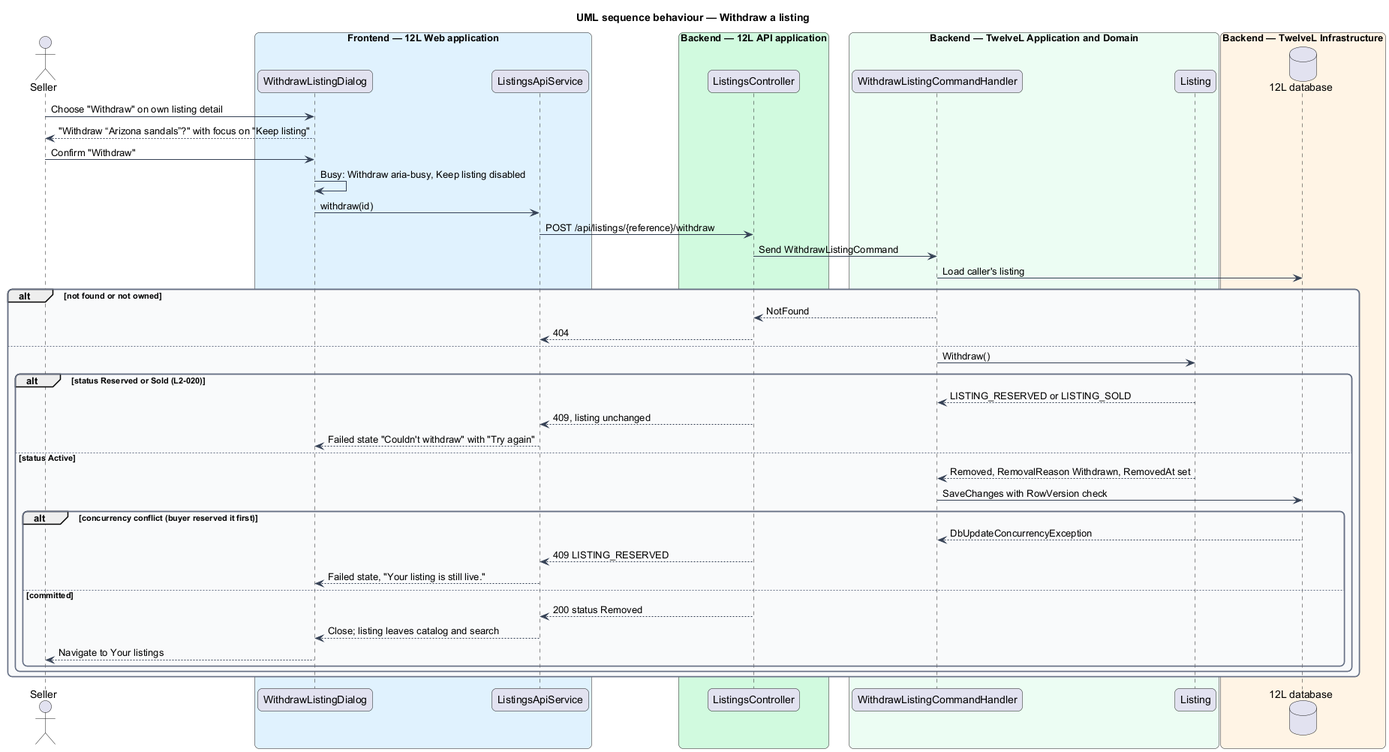
Earlier version of the PlantUML export docs/detailed-designs/listings/edit-and-withdraw-listing/diagrams/sequence-withdraw-listing.png (QuinntyneBrown/12l). The source it was exported from:
```plantuml
@startuml
title UML sequence behaviour — Withdraw a listing
skinparam backgroundColor #FFFFFF
skinparam shadowing false
skinparam roundcorner 12
skinparam defaultFontName Arial
skinparam ArrowColor #344054
skinparam rectangle {
  BorderColor #344054
  FontColor #101828
}
skinparam package {
  BorderColor #667085
  FontColor #101828
  BackgroundColor #F9FAFB
}
actor "Seller" as actor
box "Frontend — 12L Web application" #E0F2FE
  participant "WithdrawListingDialog" as dialog
  participant "ListingsApiService" as client
end box
box "Backend — 12L API application" #D1FADF
  participant "ListingsController" as controller
end box
box "Backend — TwelveL Application and Domain" #ECFDF3
  participant "WithdrawListingCommandHandler" as handler
  participant "Listing" as entity
end box
box "Backend — TwelveL Infrastructure" #FFF4E5
  database "12L database" as db
end box
actor -> dialog : Choose "Withdraw" on own listing detail
dialog --> actor : "Withdraw “Arizona sandals”?" with focus on "Keep listing"
actor -> dialog : Confirm "Withdraw"
dialog -> dialog : Busy: Withdraw aria-busy, Keep listing disabled
dialog -> client : withdraw(id)
client -> controller : POST /api/listings/{reference}/withdraw
controller -> handler : Send WithdrawListingCommand
handler -> db : Load caller's listing
alt not found or not owned
  handler --> controller : NotFound
  controller --> client : 404
else
  handler -> entity : Withdraw()
  alt status Reserved or Sold (L2-020)
    entity --> handler : LISTING_RESERVED or LISTING_SOLD
    controller --> client : 409, listing unchanged
    client --> dialog : Failed state "Couldn't withdraw" with "Try again"
  else status Active
    entity --> handler : Removed, RemovalReason Withdrawn, RemovedAt set
    handler -> db : SaveChanges with RowVersion check
    alt concurrency conflict (buyer reserved it first)
      db --> handler : DbUpdateConcurrencyException
      controller --> client : 409 LISTING_RESERVED
      client --> dialog : Failed state, "Your listing is still live."
    else committed
      controller --> client : 200 status Removed
      client --> dialog : Close; listing leaves catalog and search
      dialog --> actor : Navigate to Your listings
    end
  end
end
@enduml
```
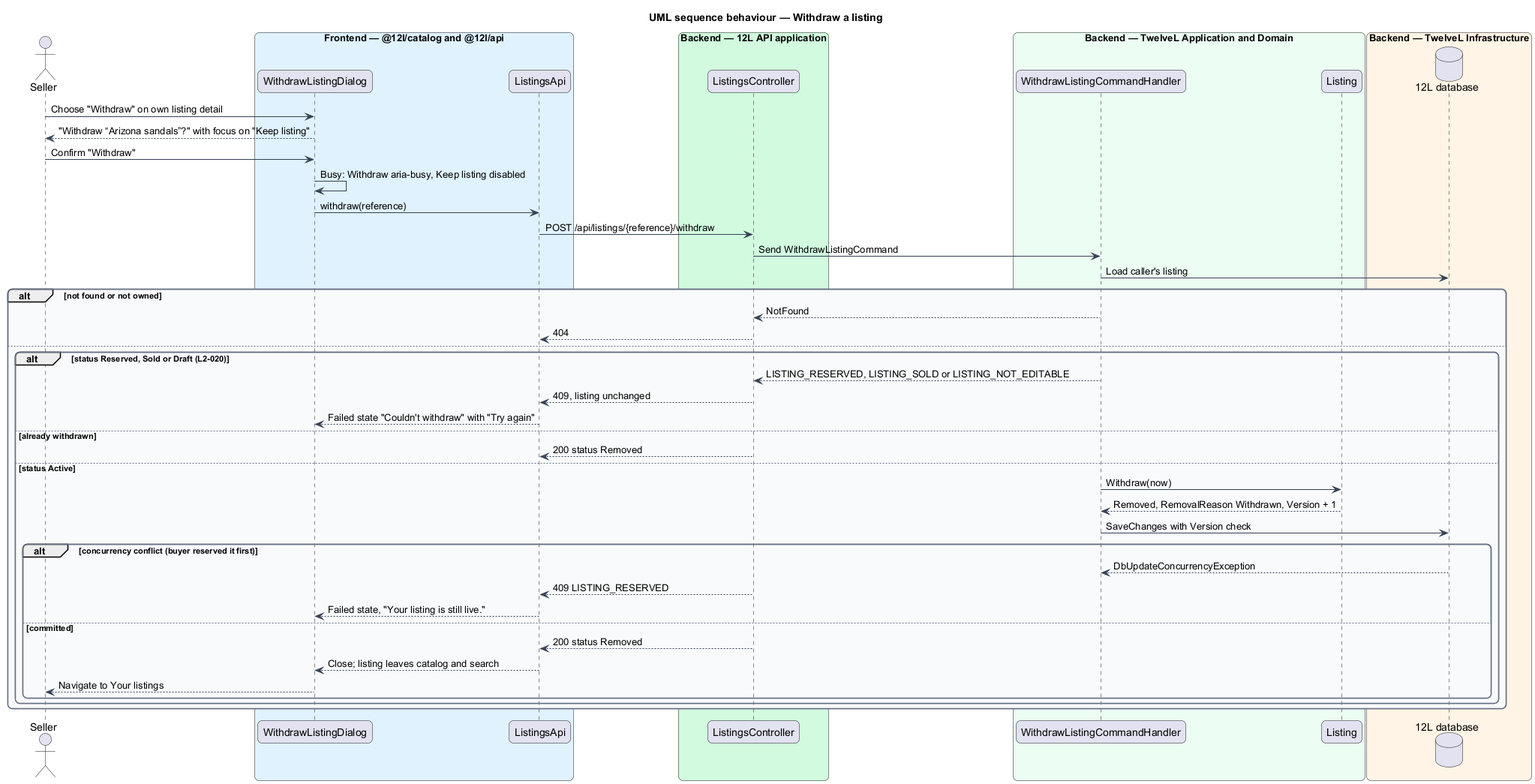
After the change.

What changed in the source:
```diff
@@ -15,9 +15,9 @@
   BackgroundColor #F9FAFB
 }
 actor "Seller" as actor
-box "Frontend — 12L Web application" #E0F2FE
+box "Frontend — @12l/catalog and @12l/api" #E0F2FE
   participant "WithdrawListingDialog" as dialog
-  participant "ListingsApiService" as client
+  participant "ListingsApi" as client
 end box
 box "Backend — 12L API application" #D1FADF
   participant "ListingsController" as controller
@@ -33,7 +33,7 @@
 dialog --> actor : "Withdraw “Arizona sandals”?" with focus on "Keep listing"
 actor -> dialog : Confirm "Withdraw"
 dialog -> dialog : Busy: Withdraw aria-busy, Keep listing disabled
-dialog -> client : withdraw(id)
+dialog -> client : withdraw(reference)
 client -> controller : POST /api/listings/{reference}/withdraw
 controller -> handler : Send WithdrawListingCommand
 handler -> db : Load caller's listing
@@ -41,14 +41,16 @@
   handler --> controller : NotFound
   controller --> client : 404
 else
-  handler -> entity : Withdraw()
-  alt status Reserved or Sold (L2-020)
-    entity --> handler : LISTING_RESERVED or LISTING_SOLD
+  alt status Reserved, Sold or Draft (L2-020)
+    handler --> controller : LISTING_RESERVED, LISTING_SOLD or LISTING_NOT_EDITABLE
     controller --> client : 409, listing unchanged
     client --> dialog : Failed state "Couldn't withdraw" with "Try again"
+  else already withdrawn
+    controller --> client : 200 status Removed
   else status Active
-    entity --> handler : Removed, RemovalReason Withdrawn, RemovedAt set
-    handler -> db : SaveChanges with RowVersion check
+    handler -> entity : Withdraw(now)
+    entity --> handler : Removed, RemovalReason Withdrawn, Version + 1
+    handler -> db : SaveChanges with Version check
     alt concurrency conflict (buyer reserved it first)
       db --> handler : DbUpdateConcurrencyException
       controller --> client : 409 LISTING_RESERVED
```
